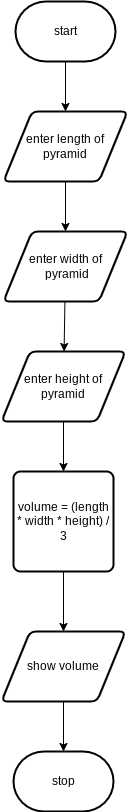
This is design/flowchart.png from zaida-hammel/ICS2O-Unit3-02-HTML, a draw.io export, as it was before one commit. Source tidied: cells renumbered, new cells last; positions are measured from the earlier drawing's top-left corner, leaving out a move shared by most shapes. Its diagram source:
```xml
<mxGraphModel>
  <root>
    <mxCell id="0" />
    <mxCell id="1" parent="0" />
    <mxCell id="2" style="edgeStyle=none;html=1;" parent="1" edge="1" source="3" target="5">
      <mxGeometry relative="1" as="geometry" />
    </mxCell>
    <mxCell id="3" value="start" style="strokeWidth=2;html=1;shape=mxgraph.flowchart.terminator;whiteSpace=wrap;" parent="1" vertex="1">
      <mxGeometry x="14" width="100" height="60" as="geometry" />
    </mxCell>
    <mxCell id="4" style="edgeStyle=none;html=1;entryX=0.5;entryY=0;entryDx=0;entryDy=0;" parent="1" edge="1" source="5" target="7">
      <mxGeometry relative="1" as="geometry" />
    </mxCell>
    <mxCell id="5" value="enter length of pyramid" style="shape=parallelogram;html=1;strokeWidth=2;perimeter=parallelogramPerimeter;whiteSpace=wrap;rounded=1;arcSize=12;size=0.23;" parent="1" vertex="1">
      <mxGeometry x="2" y="110" width="124" height="70" as="geometry" />
    </mxCell>
    <mxCell id="6" style="edgeStyle=none;html=1;" parent="1" edge="1" source="7" target="9">
      <mxGeometry relative="1" as="geometry" />
    </mxCell>
    <mxCell id="7" value="enter width of&lt;br&gt;&amp;nbsp;pyramid" style="shape=parallelogram;html=1;strokeWidth=2;perimeter=parallelogramPerimeter;whiteSpace=wrap;rounded=1;arcSize=12;size=0.23;" parent="1" vertex="1">
      <mxGeometry x="2" y="230" width="124" height="70" as="geometry" />
    </mxCell>
    <mxCell id="8" style="edgeStyle=none;html=1;entryX=0.5;entryY=0;entryDx=0;entryDy=0;" parent="1" edge="1" source="9" target="11">
      <mxGeometry relative="1" as="geometry" />
    </mxCell>
    <mxCell id="9" value="enter height of pyramid" style="shape=parallelogram;html=1;strokeWidth=2;perimeter=parallelogramPerimeter;whiteSpace=wrap;rounded=1;arcSize=12;size=0.23;" parent="1" vertex="1">
      <mxGeometry y="350" width="124" height="70" as="geometry" />
    </mxCell>
    <mxCell id="10" style="edgeStyle=none;html=1;" parent="1" edge="1" source="11" target="13">
      <mxGeometry relative="1" as="geometry" />
    </mxCell>
    <mxCell id="11" value="volume = (length * width * height) / 3" style="rounded=1;whiteSpace=wrap;html=1;absoluteArcSize=1;arcSize=14;strokeWidth=2;" parent="1" vertex="1">
      <mxGeometry x="12" y="470" width="100" height="100" as="geometry" />
    </mxCell>
    <mxCell id="12" style="edgeStyle=none;html=1;entryX=0.5;entryY=0;entryDx=0;entryDy=0;entryPerimeter=0;" parent="1" edge="1" source="13" target="14">
      <mxGeometry relative="1" as="geometry" />
    </mxCell>
    <mxCell id="13" value="show volume" style="shape=parallelogram;html=1;strokeWidth=2;perimeter=parallelogramPerimeter;whiteSpace=wrap;rounded=1;arcSize=12;size=0.23;" parent="1" vertex="1">
      <mxGeometry y="630" width="124" height="70" as="geometry" />
    </mxCell>
    <mxCell id="14" value="stop" style="strokeWidth=2;html=1;shape=mxgraph.flowchart.terminator;whiteSpace=wrap;" parent="1" vertex="1">
      <mxGeometry x="12" y="750" width="100" height="60" as="geometry" />
    </mxCell>
  </root>
</mxGraphModel>
```
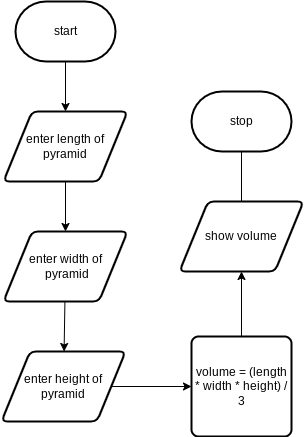
Above is the later version.

Diff of the diagram source:
```diff
@@ -20,7 +20,7 @@
     <mxCell id="7" value="enter width of&lt;br&gt;&amp;nbsp;pyramid" style="shape=parallelogram;html=1;strokeWidth=2;perimeter=parallelogramPerimeter;whiteSpace=wrap;rounded=1;arcSize=12;size=0.23;" parent="1" vertex="1">
       <mxGeometry x="2" y="230" width="124" height="70" as="geometry" />
     </mxCell>
-    <mxCell id="8" style="edgeStyle=none;html=1;entryX=0.5;entryY=0;entryDx=0;entryDy=0;" parent="1" edge="1" source="9" target="11">
+    <mxCell id="8" style="edgeStyle=none;html=1;entryX=0;entryY=0.5;entryDx=0;entryDy=0;" parent="1" edge="1" source="9" target="11">
       <mxGeometry relative="1" as="geometry" />
     </mxCell>
     <mxCell id="9" value="enter height of pyramid" style="shape=parallelogram;html=1;strokeWidth=2;perimeter=parallelogramPerimeter;whiteSpace=wrap;rounded=1;arcSize=12;size=0.23;" parent="1" vertex="1">
@@ -30,16 +30,16 @@
       <mxGeometry relative="1" as="geometry" />
     </mxCell>
     <mxCell id="11" value="volume = (length * width * height) / 3" style="rounded=1;whiteSpace=wrap;html=1;absoluteArcSize=1;arcSize=14;strokeWidth=2;" parent="1" vertex="1">
-      <mxGeometry x="12" y="470" width="100" height="100" as="geometry" />
+      <mxGeometry x="190" y="335" width="100" height="100" as="geometry" />
     </mxCell>
     <mxCell id="12" style="edgeStyle=none;html=1;entryX=0.5;entryY=0;entryDx=0;entryDy=0;entryPerimeter=0;" parent="1" edge="1" source="13" target="14">
       <mxGeometry relative="1" as="geometry" />
     </mxCell>
     <mxCell id="13" value="show volume" style="shape=parallelogram;html=1;strokeWidth=2;perimeter=parallelogramPerimeter;whiteSpace=wrap;rounded=1;arcSize=12;size=0.23;" parent="1" vertex="1">
-      <mxGeometry y="630" width="124" height="70" as="geometry" />
+      <mxGeometry x="178" y="200" width="124" height="70" as="geometry" />
     </mxCell>
     <mxCell id="14" value="stop" style="strokeWidth=2;html=1;shape=mxgraph.flowchart.terminator;whiteSpace=wrap;" parent="1" vertex="1">
-      <mxGeometry x="12" y="750" width="100" height="60" as="geometry" />
+      <mxGeometry x="190" y="90" width="100" height="60" as="geometry" />
     </mxCell>
   </root>
 </mxGraphModel>
```
